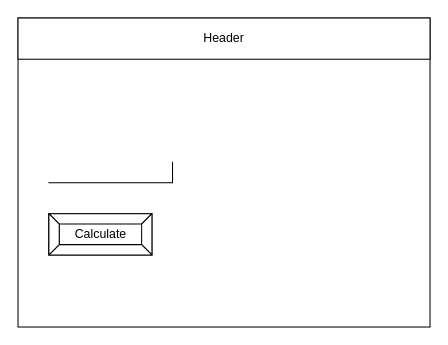
Earlier version of the draw.io diagram design/story-board.drawio (sam-corbett/ICS2O-Unit5-07-JS). Source tidied: cells renumbered, new cells numbered last; positions are measured from the earlier drawing's top-left corner, leaving out a move shared by most shapes. Both pictures are drawn from the tidied source at 103%, with x=0, y=0 at pixel (18, 18).
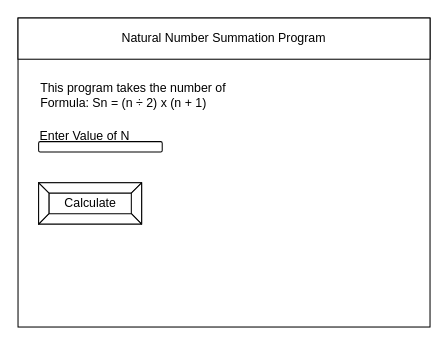
After the change.

The edit, as a diff of the source:
```diff
@@
 <mxGraphModel>
   <root>
     <mxCell id="0" />
     <mxCell id="1" parent="0" />
     <mxCell id="2" style="rounded=0;whiteSpace=wrap;html=1;" parent="1" vertex="1">
       <mxGeometry width="400" height="300" as="geometry" />
     </mxCell>
-    <mxCell id="3" value="Header" style="rounded=0;whiteSpace=wrap;html=1;" parent="1" vertex="1">
+    <mxCell id="3" value="Natural Number Summation Program" style="rounded=0;whiteSpace=wrap;html=1;" parent="1" vertex="1">
       <mxGeometry width="400" height="40" as="geometry" />
     </mxCell>
-    <mxCell id="4" style="shape=partialRectangle;whiteSpace=wrap;html=1;top=0;left=0;fillColor=none;" parent="1" vertex="1">
-      <mxGeometry x="30" y="140" width="120" height="20" as="geometry" />
-    </mxCell>
     <mxCell id="5" value="Calculate" style="labelPosition=center;verticalLabelPosition=middle;align=center;html=1;shape=mxgraph.basic.button;dx=10;" parent="1" vertex="1">
-      <mxGeometry x="30" y="190" width="100" height="40" as="geometry" />
+      <mxGeometry x="20" y="160" width="100" height="40" as="geometry" />
     </mxCell>
+    <mxCell id="6" value="&lt;div&gt;This program takes the number of&lt;/div&gt;&lt;div&gt;Formula: Sn = (n ÷ 2) x (n + 1)&lt;/div&gt;" style="text;html=1;strokeColor=none;fillColor=none;align=left;verticalAlign=middle;whiteSpace=wrap;rounded=0;" parent="1" vertex="1">
+      <mxGeometry x="20" y="60" width="230" height="30" as="geometry" />
+    </mxCell>
+    <mxCell id="7" style="rounded=1;whiteSpace=wrap;html=1;" parent="1" vertex="1">
+      <mxGeometry x="20" y="120" width="120" height="10" as="geometry" />
+    </mxCell>
+    <mxCell id="8" value="Enter Value of N" style="text;html=1;strokeColor=none;fillColor=none;align=center;verticalAlign=middle;whiteSpace=wrap;rounded=0;" parent="1" vertex="1">
+      <mxGeometry x="10" y="100" width="110" height="30" as="geometry" />
+    </mxCell>
   </root>
 </mxGraphModel>
```
